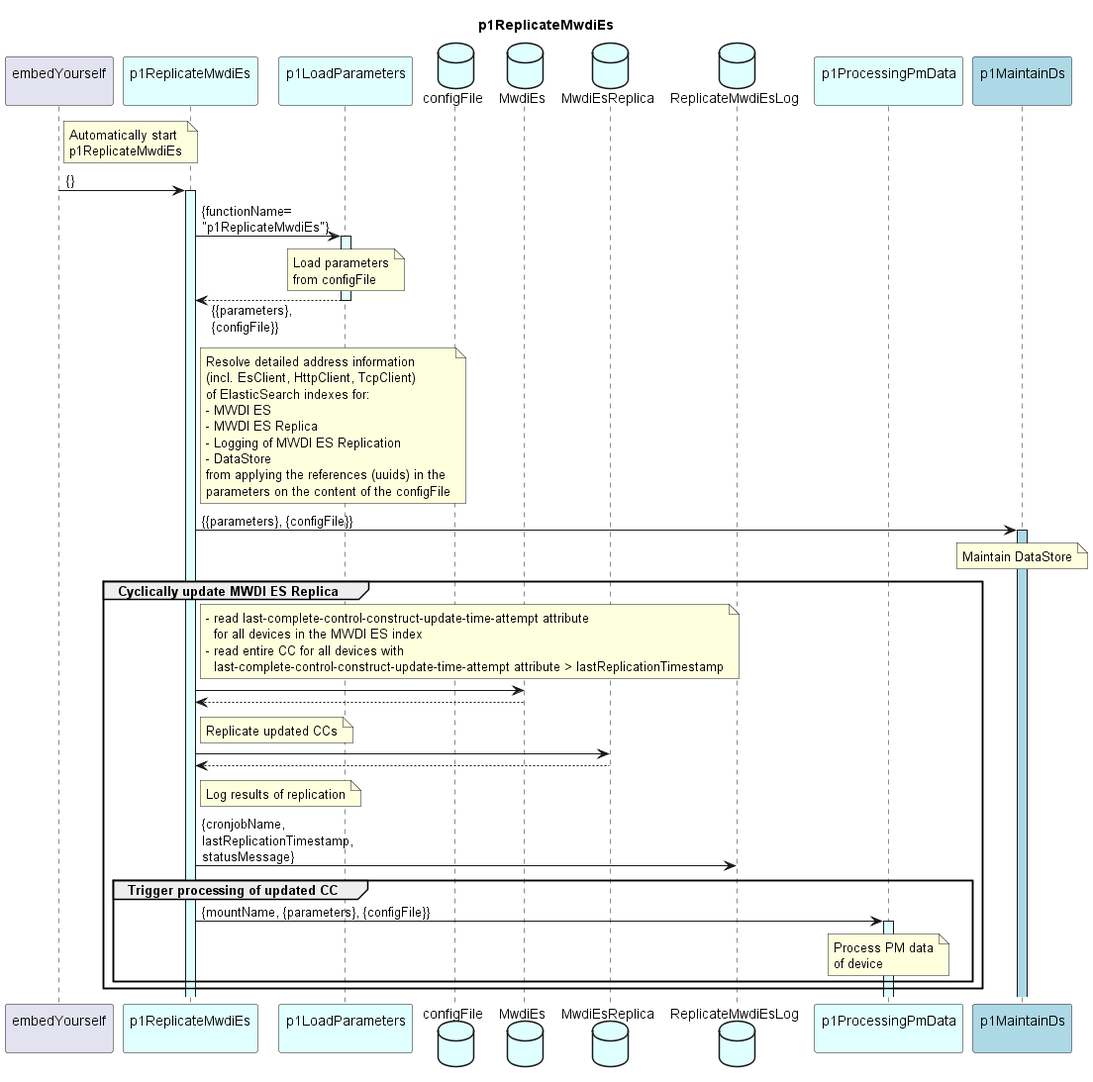
Before: spec/Functions/specificFunctions/p1ReplicateMwdiEs/p1ReplicateMwdiEs.png, a diagram exported from PlantUML (openBackhaul/DevicePerformanceManagementDataProcessor).
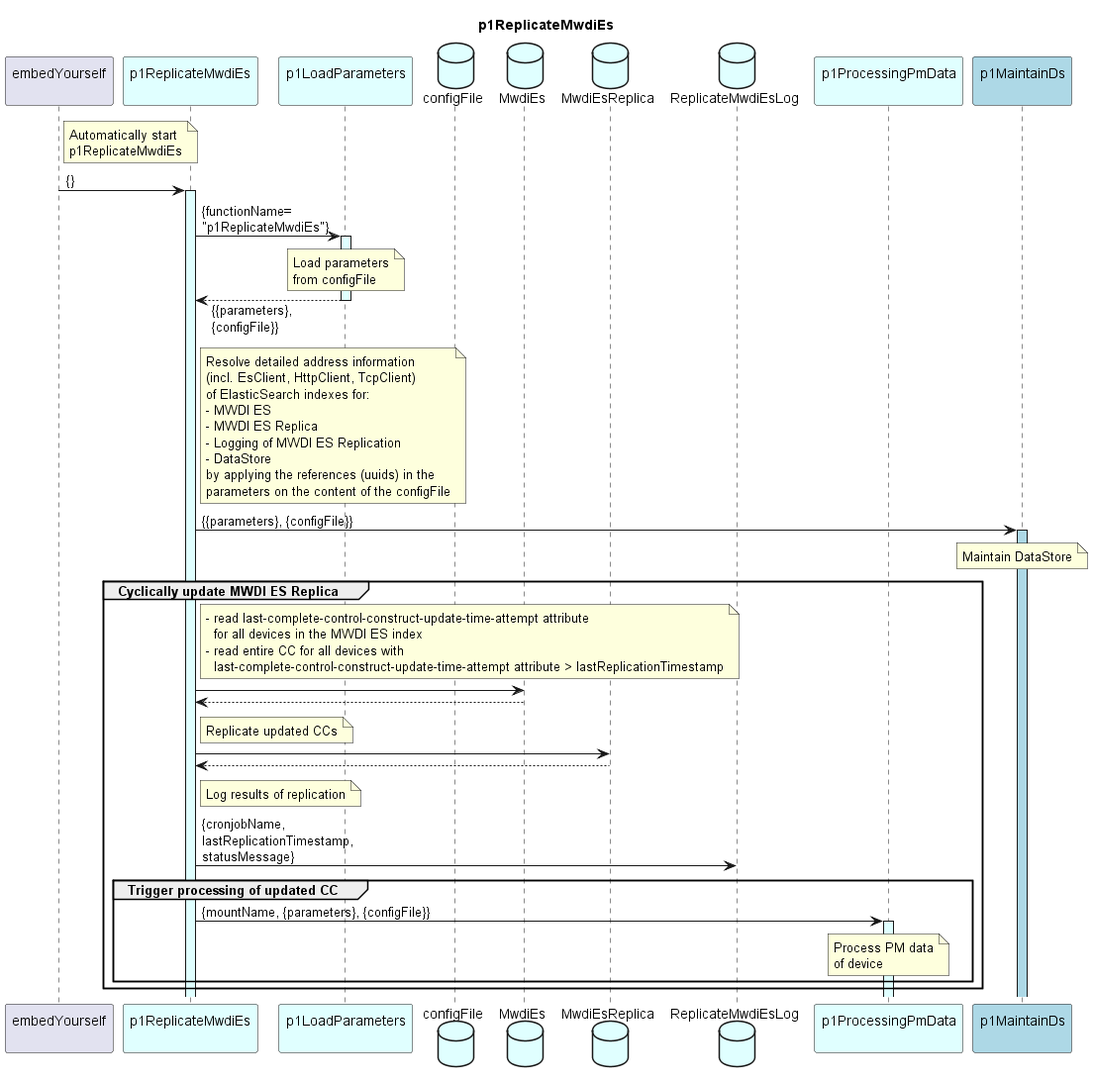
The same diagram one commit later.

What changed in the source:
```diff
@@ -41,7 +41,7 @@
     - MWDI ES Replica
     - Logging of MWDI ES Replication
     - DataStore
-    from applying the references (uuids) in the
+    by applying the references (uuids) in the
     parameters on the content of the configFile
   end note
 
```
